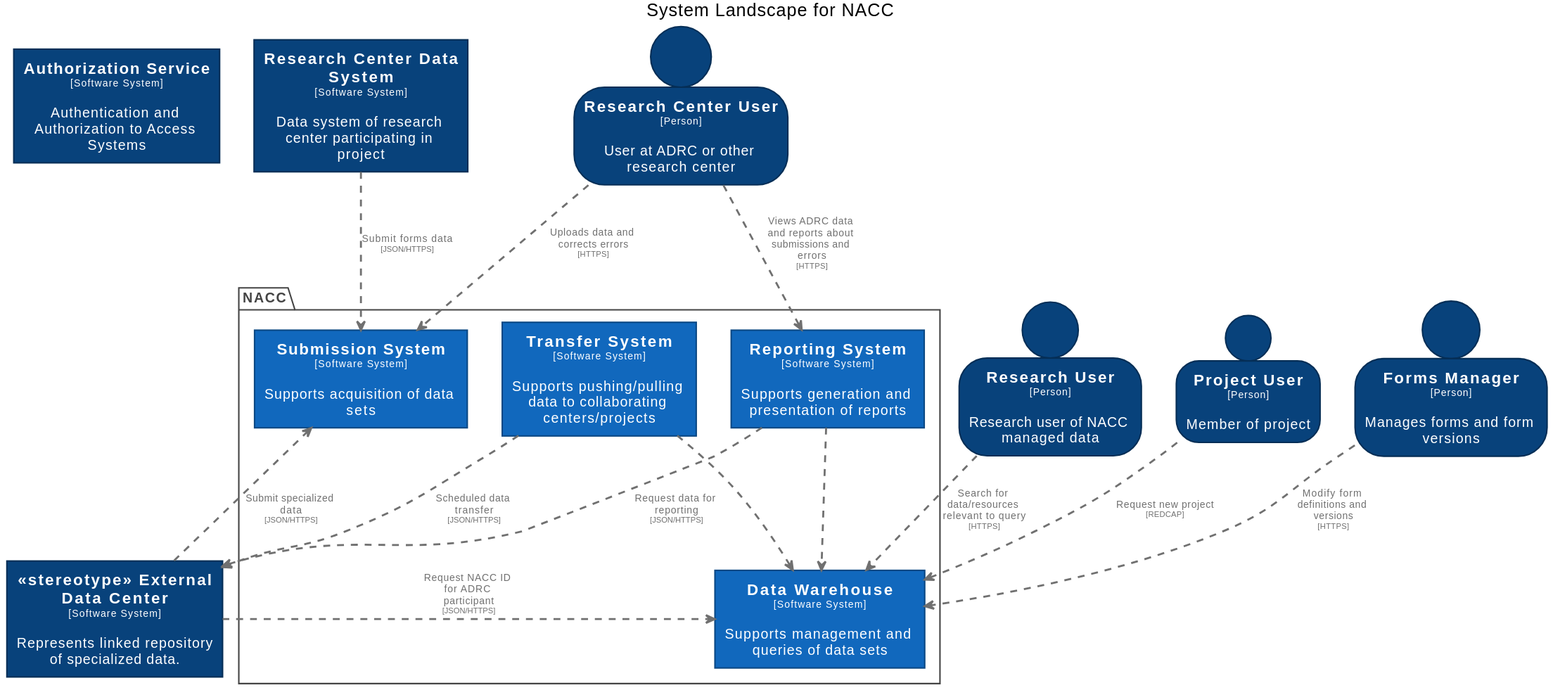
Earlier version of the PlantUML export docs/images/structurizr-GeneralizedSystemLandscape.svg (naccdata/system-design).
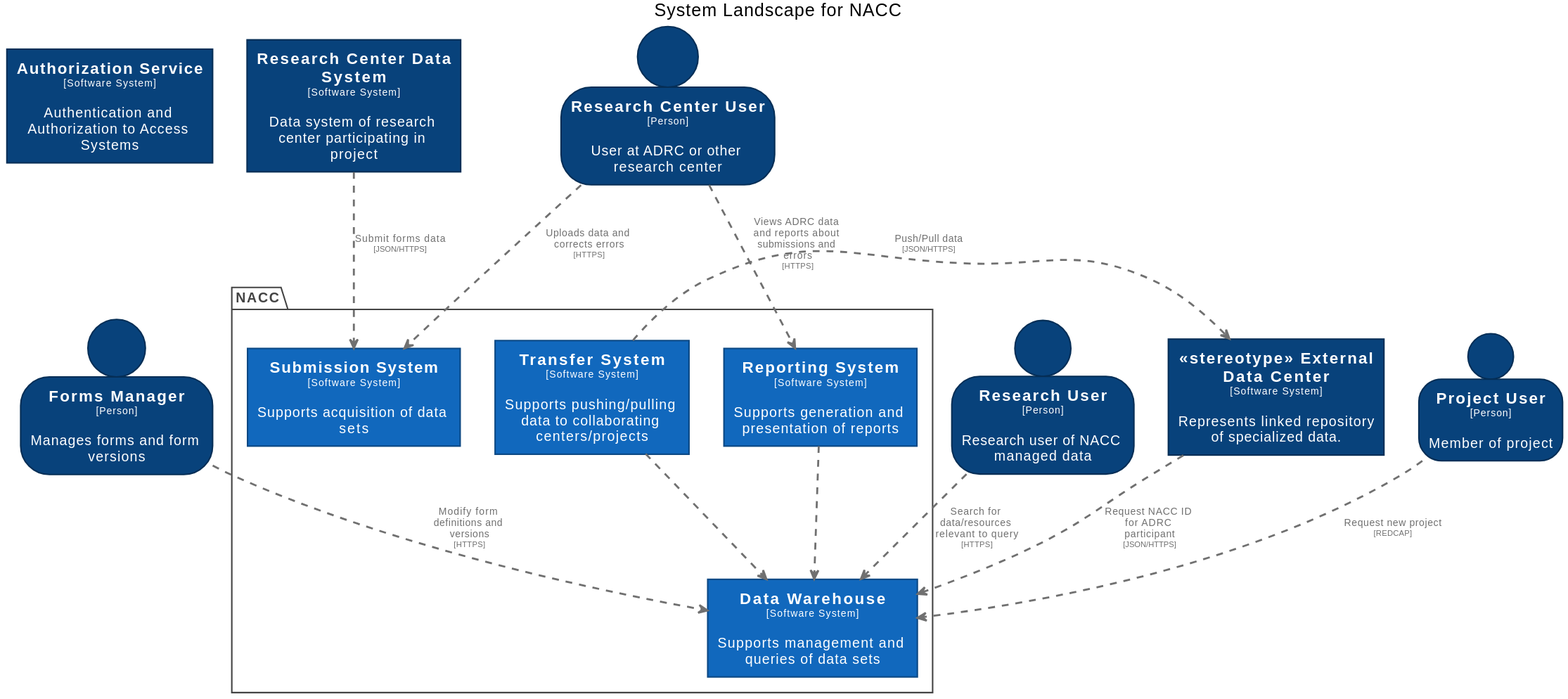
The same file after the commit.

Diff of the diagram source:
```diff
@@ -89,10 +89,8 @@
 
 FormsManager .[#707070,thickness=2].> DataWarehouse : "<color:#707070>Modify form definitions and versions\n<color:#707070><size:8>[HTTPS]</size>"
 ResearchUser .[#707070,thickness=2].> DataWarehouse : "<color:#707070>Search for data/resources relevant to query\n<color:#707070><size:8>[HTTPS]</size>"
-stereotypeExternalDataCenter .[#707070,thickness=2].> SubmissionSystem : "<color:#707070>Submit specialized data\n<color:#707070><size:8>[JSON/HTTPS]</size>"
 stereotypeExternalDataCenter .[#707070,thickness=2].> DataWarehouse : "<color:#707070>Request NACC ID for ADRC participant\n<color:#707070><size:8>[JSON/HTTPS]</size>"
-ReportingSystem .[#707070,thickness=2].> stereotypeExternalDataCenter : "<color:#707070>Request data for reporting\n<color:#707070><size:8>[JSON/HTTPS]</size>"
-TransferSystem .[#707070,thickness=2].> stereotypeExternalDataCenter : "<color:#707070>Scheduled data transfer\n<color:#707070><size:8>[JSON/HTTPS]</size>"
+TransferSystem .[#707070,thickness=2].> stereotypeExternalDataCenter : "<color:#707070>Push/Pull data\n<color:#707070><size:8>[JSON/HTTPS]</size>"
 ResearchCenterDataSystem .[#707070,thickness=2].> SubmissionSystem : "<color:#707070>Submit forms data\n<color:#707070><size:8>[JSON/HTTPS]</size>"
 TransferSystem .[#707070,thickness=2].> DataWarehouse : "<color:#707070>"
 ReportingSystem .[#707070,thickness=2].> DataWarehouse : "<color:#707070>"
```
